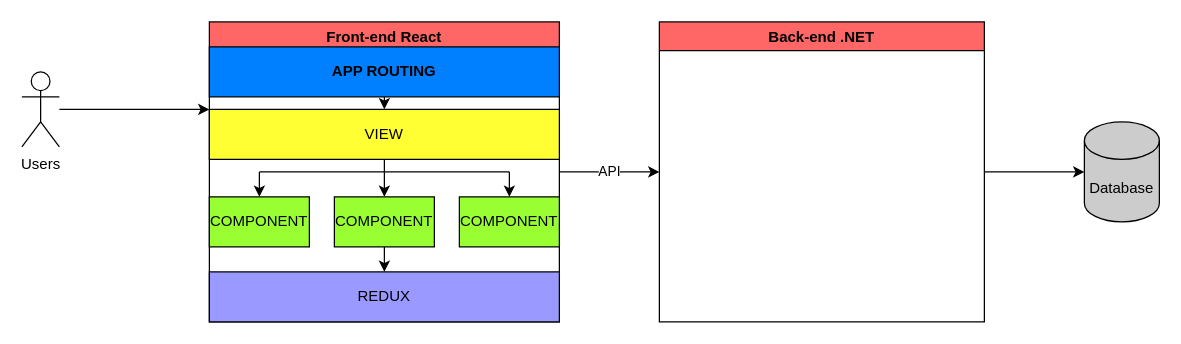
thanhht1902/NewProject keeps this draw.io diagram as ProjectDiagram.drawio. Above is the earlier version. Source tidied: cells renumbered, new cells numbered last; positions are measured from the earlier drawing's top-left corner, leaving out a move shared by most shapes. Both pictures are drawn from the tidied source at 125%, with x=0, y=0 at pixel (21, 21).
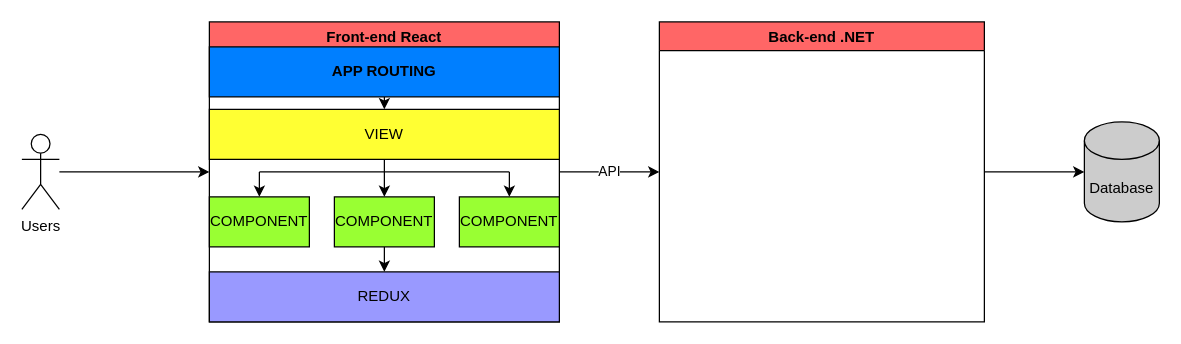
The same diagram, later.

Unchanged cells that the change refers to:
```xml
<mxCell id="4" value="Front-end React" style="swimlane;verticalAlign=middle;fillColor=#FF6666;" parent="1" vertex="1">
  <mxGeometry x="150" width="280" height="240" as="geometry" />
</mxCell>
```

Change to the diagram source:
```diff
@@
     <mxCell id="2" value="Users" style="shape=umlActor;verticalLabelPosition=bottom;verticalAlign=top;html=1;outlineConnect=0;" parent="1" vertex="1">
-      <mxGeometry y="40" width="30" height="60" as="geometry" />
+      <mxGeometry y="90" width="30" height="60" as="geometry" />
     </mxCell>
-    <mxCell id="3" style="endArrow=classic;html=1;rounded=0;" parent="1" edge="1" source="2">
-      <mxGeometry relative="1" as="geometry">
-        <mxPoint x="150" y="70" as="targetPoint" />
-      </mxGeometry>
+    <mxCell id="3" style="endArrow=classic;html=1;rounded=0;entryX=0;entryY=0.5;entryDx=0;entryDy=0;" parent="1" edge="1" source="2" target="4">
+      <mxGeometry relative="1" as="geometry" />
     </mxCell>
```
